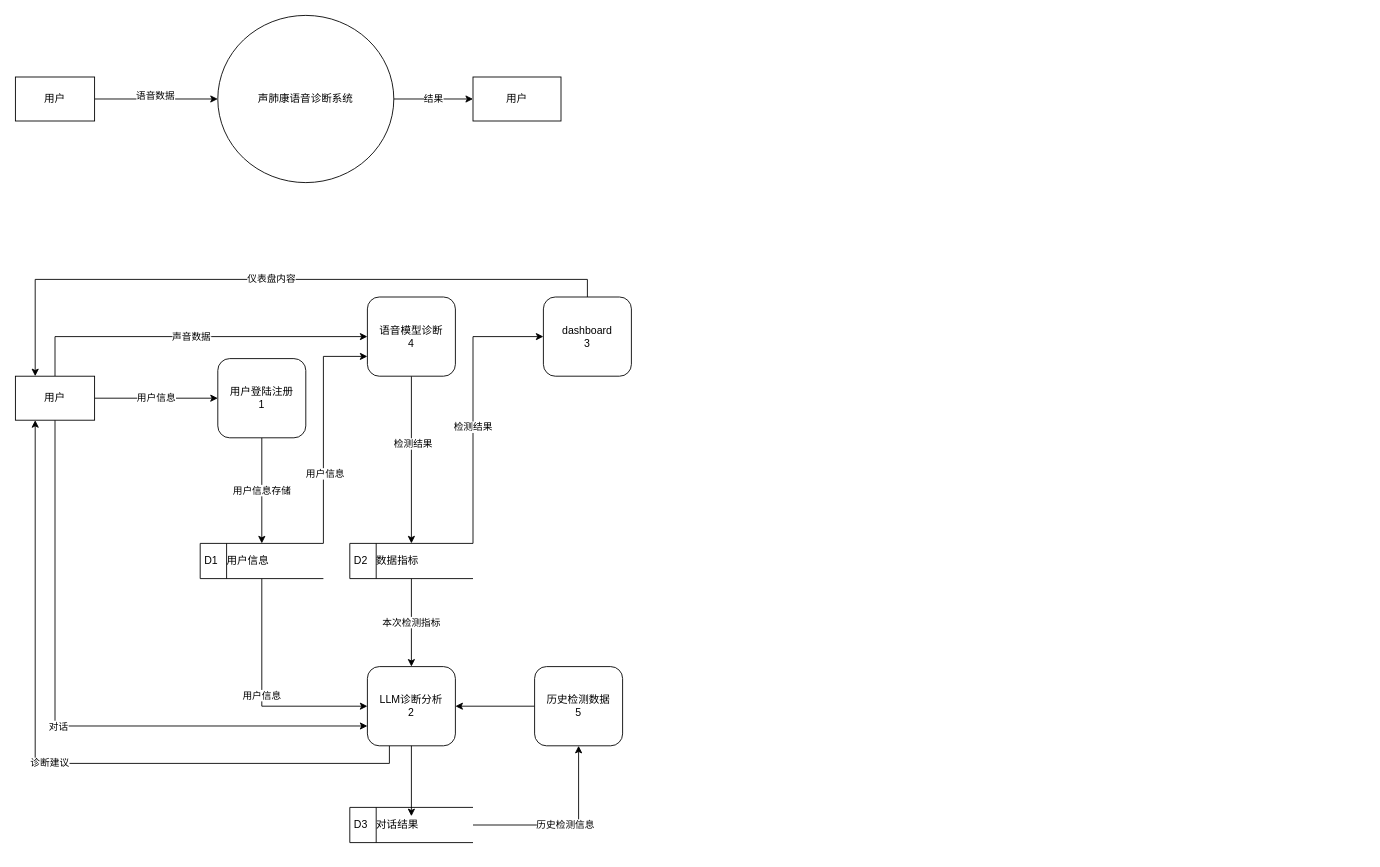
Z0X8Z/voice_diagnosis_project keeps this draw.io diagram as page "Page-1" (1 of 2) of 未命名绘图.drawio. Above is the earlier version. Source tidied: cells renumbered, new cells numbered last; positions are measured from the earlier drawing's top-left corner, leaving out a move shared by most shapes. Both pictures are drawn from the tidied source at 88%, with x=0, y=0 at pixel (15, 15).
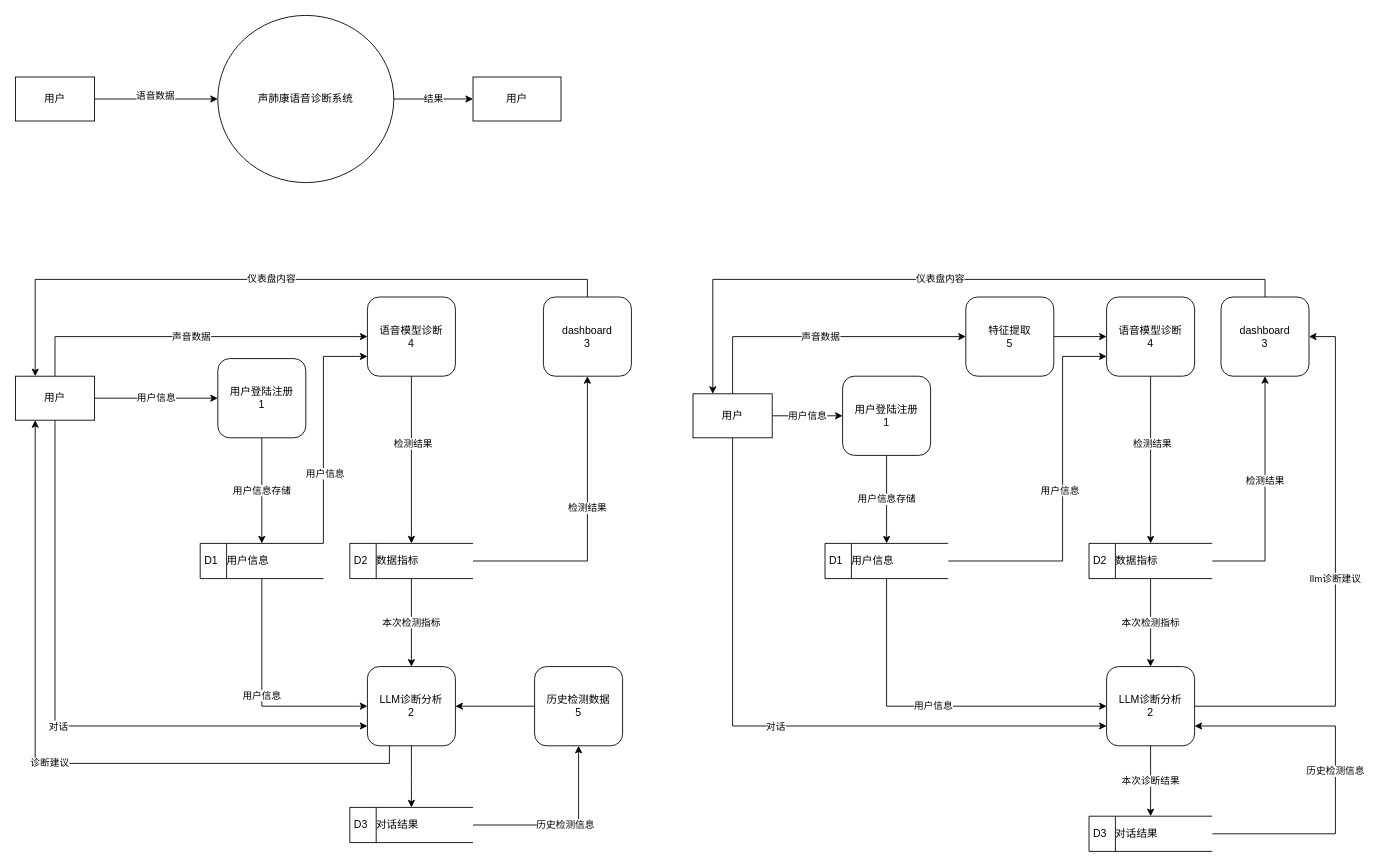
After the change.

Commit message:
更新未命名绘图.drawio

The change refers to these unchanged cells:
```xml
<mxCell id="15" value="LLM诊断分析&lt;div&gt;2&lt;/div&gt;" style="html=1;dashed=0;whiteSpace=wrap;rounded=1;" parent="1" vertex="1">
  <mxGeometry x="400" y="740" width="100" height="90" as="geometry" />
</mxCell>
<mxCell id="17" value="dashboard&lt;div&gt;3&lt;/div&gt;" style="html=1;dashed=0;whiteSpace=wrap;rounded=1;" parent="1" vertex="1">
  <mxGeometry x="600" y="320" width="100" height="90" as="geometry" />
</mxCell>
<mxCell id="29" value="D2&amp;nbsp; &amp;nbsp;数据指标" style="html=1;dashed=0;whiteSpace=wrap;shape=mxgraph.dfd.dataStoreID;align=left;spacingLeft=3;points=[[0,0],[0.5,0],[1,0],[0,0.5],[1,0.5],[0,1],[0.5,1],[1,1]];" parent="1" vertex="1">
  <mxGeometry x="380" y="600" width="140" height="40" as="geometry" />
</mxCell>
<mxCell id="31" value="D3&amp;nbsp; &amp;nbsp;对话结果" style="html=1;dashed=0;whiteSpace=wrap;shape=mxgraph.dfd.dataStoreID;align=left;spacingLeft=3;points=[[0,0],[0.5,0],[1,0],[0,0.5],[1,0.5],[0,1],[0.5,1],[1,1]];" parent="1" vertex="1">
  <mxGeometry x="380" y="900" width="140" height="40" as="geometry" />
</mxCell>
```

Change to the diagram source:
```diff
@@
-    <mxCell id="27" value="检测结果" style="edgeStyle=orthogonalEdgeStyle;rounded=0;jettySize=auto;html=1;exitX=1;exitY=0;exitDx=0;exitDy=0;entryX=0;entryY=0.5;entryDx=0;entryDy=0;" parent="1" edge="1" source="29" target="17">
-      <mxGeometry x="-0.17" relative="1" as="geometry">
-        <mxPoint y="-1" as="offset" />
+    <mxCell id="27" value="检测结果" style="edgeStyle=orthogonalEdgeStyle;rounded=0;jettySize=auto;html=1;exitX=1;exitY=0.5;exitDx=0;exitDy=0;entryX=0.5;entryY=1;entryDx=0;entryDy=0;" parent="1" edge="1" source="29" target="17">
+      <mxGeometry x="0.12" relative="1" as="geometry">
+        <Array as="points">
+          <mxPoint x="650" y="620" />
+        </Array>
       </mxGeometry>
     </mxCell>
@@
-    <mxCell id="32" style="edgeStyle=orthogonalEdgeStyle;rounded=0;jettySize=auto;html=1;exitX=0.5;exitY=1;exitDx=0;exitDy=0;entryX=0.5;entryY=0.25;entryDx=0;entryDy=0;entryPerimeter=0;" parent="1" edge="1" source="15" target="31">
-      <mxGeometry relative="1" as="geometry" />
+    <mxCell id="32" style="edgeStyle=orthogonalEdgeStyle;rounded=0;jettySize=auto;html=1;exitX=0.5;exitY=1;exitDx=0;exitDy=0;" parent="1" edge="1" source="15">
+      <mxGeometry relative="1" as="geometry">
+        <mxPoint x="450" y="900" as="targetPoint" />
+      </mxGeometry>
     </mxCell>
+    <mxCell id="33" value="用户信息" style="edgeStyle=orthogonalEdgeStyle;rounded=0;jettySize=auto;html=1;exitX=1;exitY=0.5;exitDx=0;exitDy=0;" parent="1" edge="1" source="36" target="38">
+      <mxGeometry relative="1" as="geometry" />
+    </mxCell>
+    <mxCell id="34" value="对话" style="edgeStyle=orthogonalEdgeStyle;rounded=0;jettySize=auto;html=1;exitX=0.5;exitY=1;exitDx=0;exitDy=0;entryX=0;entryY=0.75;entryDx=0;entryDy=0;" parent="1" edge="1" source="36" target="40">
+      <mxGeometry relative="1" as="geometry" />
+    </mxCell>
+    <mxCell id="35" value="声音数据" style="edgeStyle=orthogonalEdgeStyle;rounded=0;jettySize=auto;html=1;exitX=0.5;exitY=0;exitDx=0;exitDy=0;entryX=0;entryY=0.5;entryDx=0;entryDy=0;" parent="1" edge="1" source="36" target="47">
+      <mxGeometry relative="1" as="geometry" />
+    </mxCell>
+    <mxCell id="36" value="用户" style="html=1;dashed=0;whiteSpace=wrap;" parent="1" vertex="1">
+      <mxGeometry x="770" y="430" width="90" height="50" as="geometry" />
+    </mxCell>
+    <mxCell id="37" value="用户信息存储" style="edgeStyle=orthogonalEdgeStyle;rounded=0;jettySize=auto;html=1;" parent="1" edge="1" source="38" target="51">
+      <mxGeometry relative="1" as="geometry" />
+    </mxCell>
+    <mxCell id="38" value="用户登陆注册&lt;div&gt;1&lt;/div&gt;" style="html=1;dashed=0;whiteSpace=wrap;rounded=1;" parent="1" vertex="1">
+      <mxGeometry x="940" y="410" width="100" height="90" as="geometry" />
+    </mxCell>
+    <mxCell id="39" value="llm诊断建议" style="edgeStyle=orthogonalEdgeStyle;rounded=0;jettySize=auto;html=1;exitX=1;exitY=0.5;exitDx=0;exitDy=0;entryX=1;entryY=0.5;entryDx=0;entryDy=0;" parent="1" edge="1" source="40" target="42">
+      <mxGeometry relative="1" as="geometry">
+        <Array as="points">
+          <mxPoint x="1500" y="785" />
+          <mxPoint x="1500" y="365" />
+        </Array>
+      </mxGeometry>
+    </mxCell>
+    <mxCell id="40" value="LLM诊断分析&lt;div&gt;2&lt;/div&gt;" style="html=1;dashed=0;whiteSpace=wrap;rounded=1;" parent="1" vertex="1">
+      <mxGeometry x="1240" y="740" width="100" height="90" as="geometry" />
+    </mxCell>
+    <mxCell id="41" value="仪表盘内容" style="edgeStyle=orthogonalEdgeStyle;rounded=0;jettySize=auto;html=1;exitX=0.5;exitY=0;exitDx=0;exitDy=0;entryX=0.25;entryY=0;entryDx=0;entryDy=0;" parent="1" edge="1" source="42" target="36">
+      <mxGeometry relative="1" as="geometry" />
+    </mxCell>
+    <mxCell id="42" value="dashboard&lt;div&gt;3&lt;/div&gt;" style="html=1;dashed=0;whiteSpace=wrap;rounded=1;" parent="1" vertex="1">
+      <mxGeometry x="1370" y="320" width="100" height="90" as="geometry" />
+    </mxCell>
+    <mxCell id="43" style="edgeStyle=orthogonalEdgeStyle;rounded=0;jettySize=auto;html=1;exitX=0.5;exitY=1;exitDx=0;exitDy=0;entryX=0.5;entryY=0;entryDx=0;entryDy=0;" parent="1" edge="1" source="45" target="54">
+      <mxGeometry relative="1" as="geometry" />
+    </mxCell>
+    <mxCell id="44" value="检测结果" style="edgeLabel;html=1;align=center;verticalAlign=middle;" parent="43" vertex="1">
+      <mxGeometry x="-0.2" y="1" relative="1" as="geometry" />
+    </mxCell>
+    <mxCell id="45" value="语音模型诊断&lt;div&gt;4&lt;/div&gt;" style="html=1;dashed=0;whiteSpace=wrap;rounded=1;" parent="1" vertex="1">
+      <mxGeometry x="1240" y="320" width="100" height="90" as="geometry" />
+    </mxCell>
+    <mxCell id="46" style="edgeStyle=orthogonalEdgeStyle;rounded=0;jettySize=auto;html=1;exitX=1;exitY=0.5;exitDx=0;exitDy=0;entryX=0;entryY=0.5;entryDx=0;entryDy=0;" parent="1" edge="1" source="47" target="45">
+      <mxGeometry relative="1" as="geometry" />
+    </mxCell>
+    <mxCell id="47" value="特征提取&lt;br&gt;&lt;div&gt;&lt;span style=&quot;background-color: transparent; color: light-dark(rgb(0, 0, 0), rgb(255, 255, 255));&quot;&gt;5&lt;/span&gt;&lt;/div&gt;" style="html=1;dashed=0;whiteSpace=wrap;rotation=0;rounded=1;" parent="1" vertex="1">
+      <mxGeometry x="1080" y="320" width="100" height="90" as="geometry" />
+    </mxCell>
+    <mxCell id="48" style="edgeStyle=orthogonalEdgeStyle;rounded=0;jettySize=auto;html=1;exitX=1;exitY=0.5;exitDx=0;exitDy=0;entryX=0;entryY=0.75;entryDx=0;entryDy=0;" parent="1" edge="1" source="51" target="45">
+      <mxGeometry relative="1" as="geometry">
+        <Array as="points">
+          <mxPoint x="1190" y="620" />
+          <mxPoint x="1190" y="388" />
+        </Array>
+      </mxGeometry>
+    </mxCell>
+    <mxCell id="49" value="用户信息" style="edgeLabel;html=1;align=center;verticalAlign=middle;" parent="48" vertex="1">
+      <mxGeometry x="-0.39" y="-1" relative="1" as="geometry">
+        <mxPoint y="-82" as="offset" />
+      </mxGeometry>
+    </mxCell>
+    <mxCell id="50" value="用户信息" style="edgeStyle=orthogonalEdgeStyle;rounded=0;jettySize=auto;html=1;exitX=0.5;exitY=1;exitDx=0;exitDy=0;entryX=0;entryY=0.5;entryDx=0;entryDy=0;" parent="1" edge="1" source="51" target="40">
+      <mxGeometry relative="1" as="geometry" />
+    </mxCell>
+    <mxCell id="51" value="D1&amp;nbsp; &amp;nbsp;用户信息" style="html=1;dashed=0;whiteSpace=wrap;shape=mxgraph.dfd.dataStoreID;align=left;spacingLeft=3;points=[[0,0],[0.5,0],[1,0],[0,0.5],[1,0.5],[0,1],[0.5,1],[1,1]];" parent="1" vertex="1">
+      <mxGeometry x="920" y="600" width="140" height="40" as="geometry" />
+    </mxCell>
+    <mxCell id="52" value="检测结果" style="edgeStyle=orthogonalEdgeStyle;rounded=0;jettySize=auto;html=1;exitX=1;exitY=0.5;exitDx=0;exitDy=0;entryX=0.5;entryY=1;entryDx=0;entryDy=0;" parent="1" edge="1" source="54" target="42">
+      <mxGeometry x="0.12" relative="1" as="geometry">
+        <Array as="points">
+          <mxPoint x="1420" y="620" />
+        </Array>
+      </mxGeometry>
+    </mxCell>
+    <mxCell id="53" value="本次检测指标" style="edgeStyle=orthogonalEdgeStyle;rounded=0;jettySize=auto;html=1;exitX=0.5;exitY=1;exitDx=0;exitDy=0;" parent="1" edge="1" source="54" target="40">
+      <mxGeometry relative="1" as="geometry" />
+    </mxCell>
+    <mxCell id="54" value="D2&amp;nbsp; &amp;nbsp;数据指标" style="html=1;dashed=0;whiteSpace=wrap;shape=mxgraph.dfd.dataStoreID;align=left;spacingLeft=3;points=[[0,0],[0.5,0],[1,0],[0,0.5],[1,0.5],[0,1],[0.5,1],[1,1]];" parent="1" vertex="1">
+      <mxGeometry x="1220" y="600" width="140" height="40" as="geometry" />
+    </mxCell>
+    <mxCell id="55" value="历史检测信息" style="edgeStyle=orthogonalEdgeStyle;rounded=0;jettySize=auto;html=1;exitX=1;exitY=0.5;exitDx=0;exitDy=0;entryX=1;entryY=0.75;entryDx=0;entryDy=0;" parent="1" edge="1" source="56" target="40">
+      <mxGeometry relative="1" as="geometry">
+        <Array as="points">
+          <mxPoint x="1500" y="930" />
+          <mxPoint x="1500" y="808" />
+        </Array>
+      </mxGeometry>
+    </mxCell>
+    <mxCell id="56" value="D3&amp;nbsp; &amp;nbsp;对话结果" style="html=1;dashed=0;whiteSpace=wrap;shape=mxgraph.dfd.dataStoreID;align=left;spacingLeft=3;points=[[0,0],[0.5,0],[1,0],[0,0.5],[1,0.5],[0,1],[0.5,1],[1,1]];" parent="1" vertex="1">
+      <mxGeometry x="1220" y="910" width="140" height="40" as="geometry" />
+    </mxCell>
+    <mxCell id="57" value="本次诊断结果" style="edgeStyle=orthogonalEdgeStyle;rounded=0;jettySize=auto;html=1;exitX=0.5;exitY=1;exitDx=0;exitDy=0;entryX=0.5;entryY=0;entryDx=0;entryDy=0;" parent="1" edge="1" source="40" target="56">
+      <mxGeometry relative="1" as="geometry" />
+    </mxCell>
```
